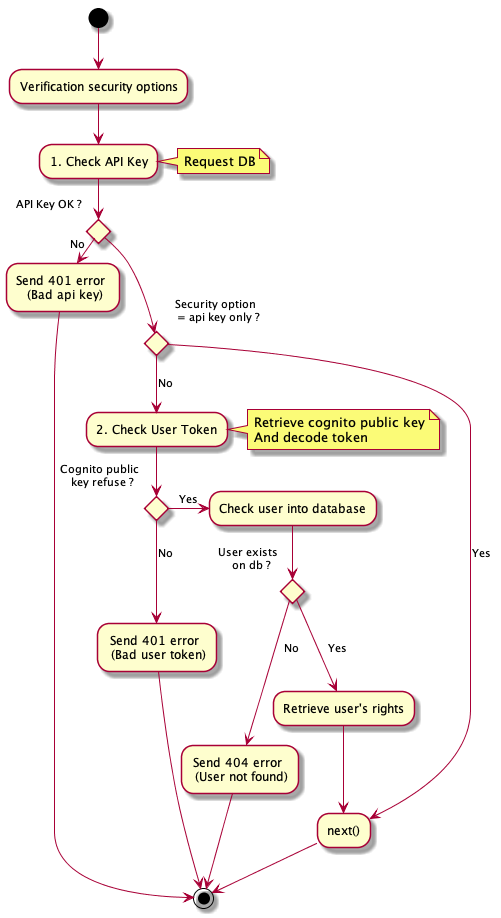
Earlier version of the PlantUML export 02.byd-Platform/7.TechnicalDocumentation/auth-guard/activity.png (cogirep/documentation).
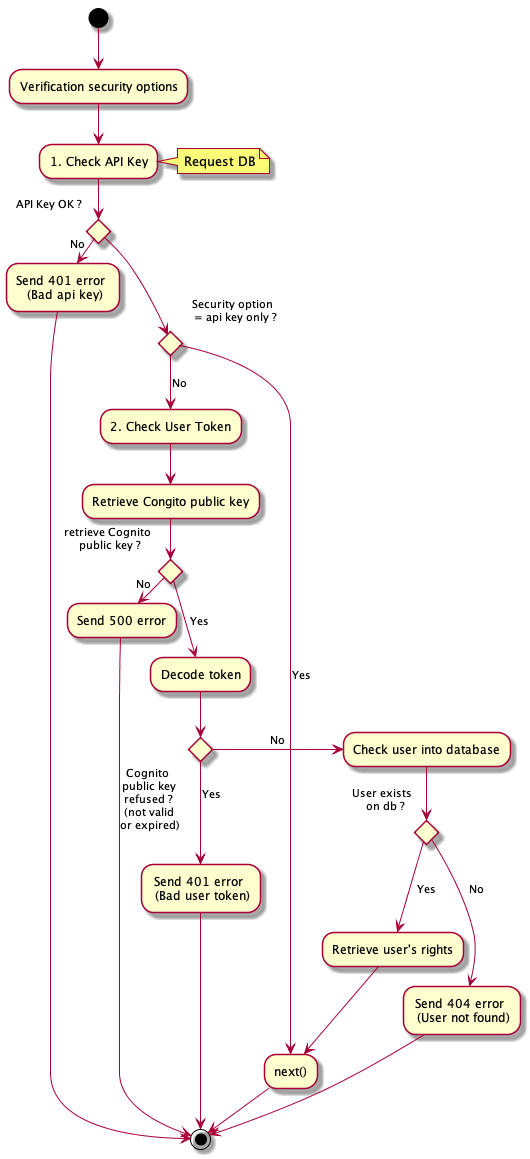
Above is the later version.

Commit message:
doc: update auth activity diagram

Change to the diagram source:
```diff
@@ -16,16 +16,18 @@
       -->[Yes] next()
     else
       -->[No] 2. Check User Token
-      note right
-        Retrieve cognito public key
-        And decode token
-      end note
+      --> Retrieve Congito public key
 
-      if "Cognito public \n key refuse ?" then
-        -->[No] Send 401 error \n (Bad user token)
+      if "retrieve Cognito \n public key ?" then
+        ->[No] Send 500 error
         -> (*)
       else
-        ->[Yes] Check user into database
+        -->[Yes] Decode token
+        --> if "\nCognito \n public key \n refused ? \n (not valid \n or expired)" then
+        -->[Yes] Send 401 error \n (Bad user token)
+        -> (*)
+      else
+        ->[No] Check user into database
         if "User exists \n on db ?" then
           -->[Yes] Retrieve user's rights
           --> next()
@@ -35,6 +37,9 @@
           -> (*)
         endif
       endif
+      endif
+
+
     endif
 
 
```
